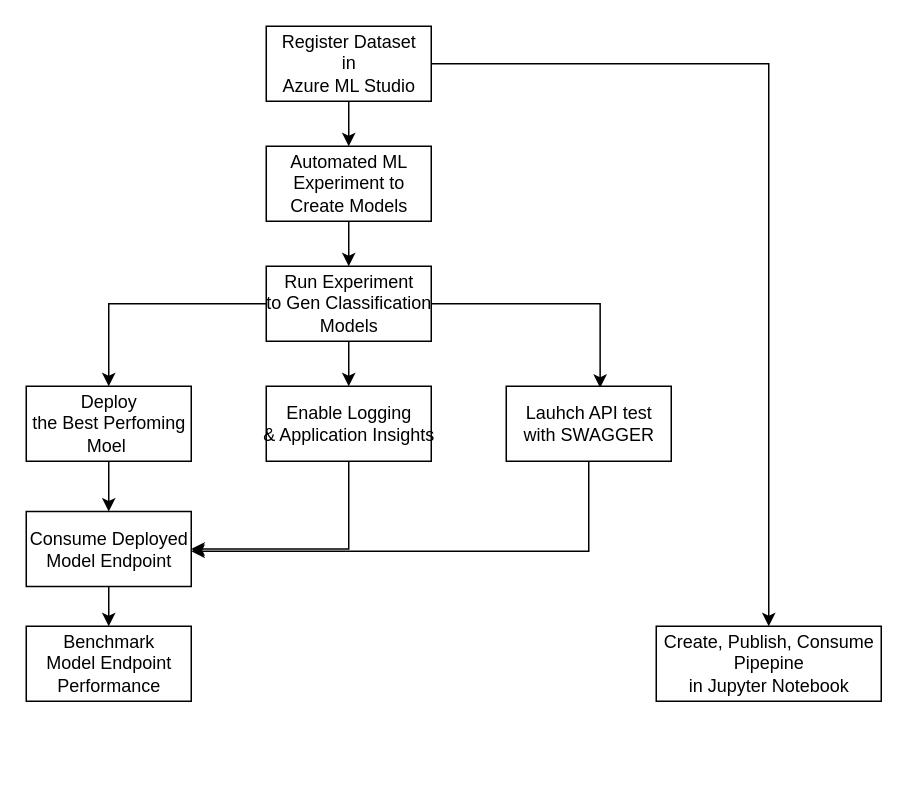
This is starter_files/work/architecture.drawio from HajimeK/nd00333_AZMLND_C2, a draw.io file, before an edit. Source tidied: cells renumbered, new cells numbered last; positions are measured from the earlier drawing's top-left corner, leaving out a move shared by most shapes. Both pictures are drawn from the tidied source at 150%, with x=0, y=0 at pixel (26, 26).
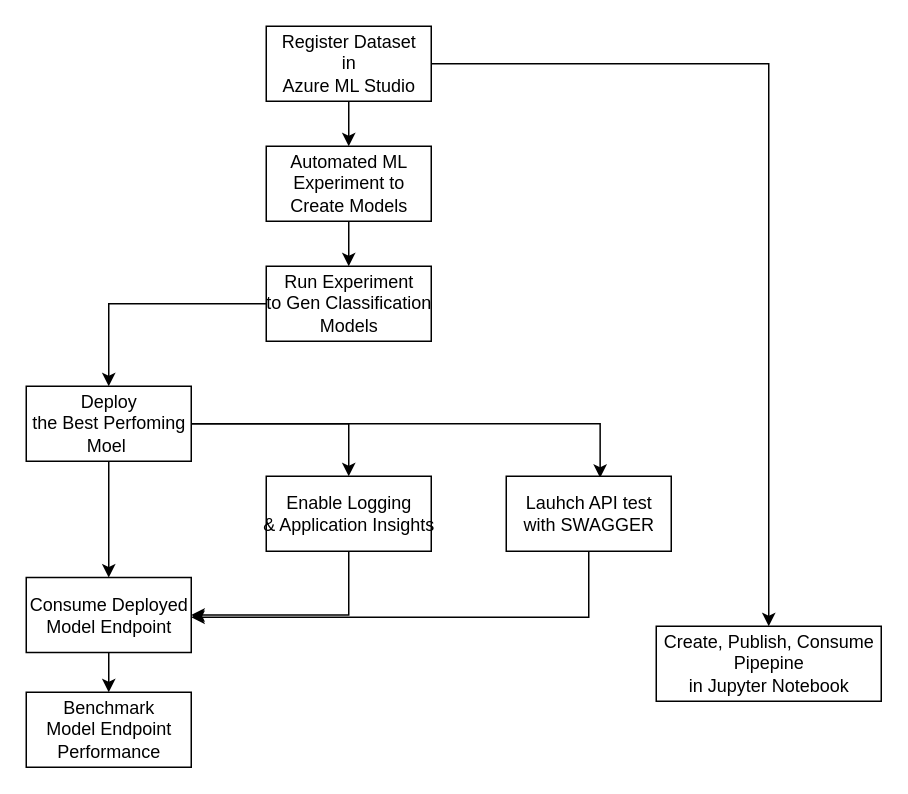
Above is the later version.

The change refers to these unchanged cells:
```xml
<mxCell id="8" value="Deploy &lt;br&gt;the Best Perfoming&lt;br&gt;Moel&amp;nbsp;" style="html=1;" parent="1" vertex="1">
  <mxGeometry y="240" width="110" height="50" as="geometry" />
</mxCell>
<mxCell id="12" value="Run Experiment&lt;br&gt;to Gen Classification &lt;br&gt;Models" style="html=1;" parent="1" vertex="1">
  <mxGeometry x="160" y="160" width="110" height="50" as="geometry" />
</mxCell>
```

Change to the diagram source:
```diff
@@
-    <mxCell id="10" style="edgeStyle=orthogonalEdgeStyle;rounded=0;jettySize=auto;html=1;exitX=1;exitY=0.5;exitDx=0;exitDy=0;entryX=0.569;entryY=0.02;entryDx=0;entryDy=0;entryPerimeter=0;" parent="1" edge="1" source="12" target="16">
+    <mxCell id="10" style="edgeStyle=orthogonalEdgeStyle;rounded=0;jettySize=auto;html=1;exitX=1;exitY=0.5;exitDx=0;exitDy=0;entryX=0.569;entryY=0.02;entryDx=0;entryDy=0;entryPerimeter=0;" parent="1" edge="1" source="8" target="16">
       <mxGeometry relative="1" as="geometry" />
     </mxCell>
-    <mxCell id="11" style="edgeStyle=orthogonalEdgeStyle;rounded=0;jettySize=auto;html=1;" parent="1" edge="1" source="12" target="14">
+    <mxCell id="11" style="edgeStyle=orthogonalEdgeStyle;rounded=0;jettySize=auto;html=1;exitX=1;exitY=0.5;exitDx=0;exitDy=0;" parent="1" edge="1" source="8" target="14">
       <mxGeometry relative="1" as="geometry" />
     </mxCell>
@@
     <mxCell id="14" value="Enable Logging&lt;br&gt;&amp;amp; Application Insights" style="html=1;" parent="1" vertex="1">
-      <mxGeometry x="160" y="240" width="110" height="50" as="geometry" />
+      <mxGeometry x="160" y="300" width="110" height="50" as="geometry" />
     </mxCell>
     <mxCell id="15" style="edgeStyle=orthogonalEdgeStyle;rounded=0;jettySize=auto;html=1;exitX=0.5;exitY=1;exitDx=0;exitDy=0;" parent="1" edge="1" source="16">
       <mxGeometry relative="1" as="geometry">
-        <mxPoint x="110" y="350" as="targetPoint" />
+        <mxPoint x="110" y="394" as="targetPoint" />
         <Array as="points">
-          <mxPoint x="375" y="350" />
+          <mxPoint x="375" y="394" />
         </Array>
       </mxGeometry>
     </mxCell>
     <mxCell id="16" value="Lauhch API test&lt;br&gt;with SWAGGER" style="html=1;" parent="1" vertex="1">
-      <mxGeometry x="320" y="240" width="110" height="50" as="geometry" />
+      <mxGeometry x="320" y="300" width="110" height="50" as="geometry" />
     </mxCell>
@@
     <mxCell id="18" value="Consume Deployed &lt;br&gt;Model Endpoint" style="html=1;" parent="1" vertex="1">
-      <mxGeometry y="323.5" width="110" height="50" as="geometry" />
+      <mxGeometry y="367.5" width="110" height="50" as="geometry" />
     </mxCell>
     <mxCell id="19" value="Benchmark &lt;br&gt;Model Endpoint&lt;br&gt;Performance" style="html=1;" parent="1" vertex="1">
-      <mxGeometry y="400" width="110" height="50" as="geometry" />
+      <mxGeometry y="444" width="110" height="50" as="geometry" />
     </mxCell>
```
